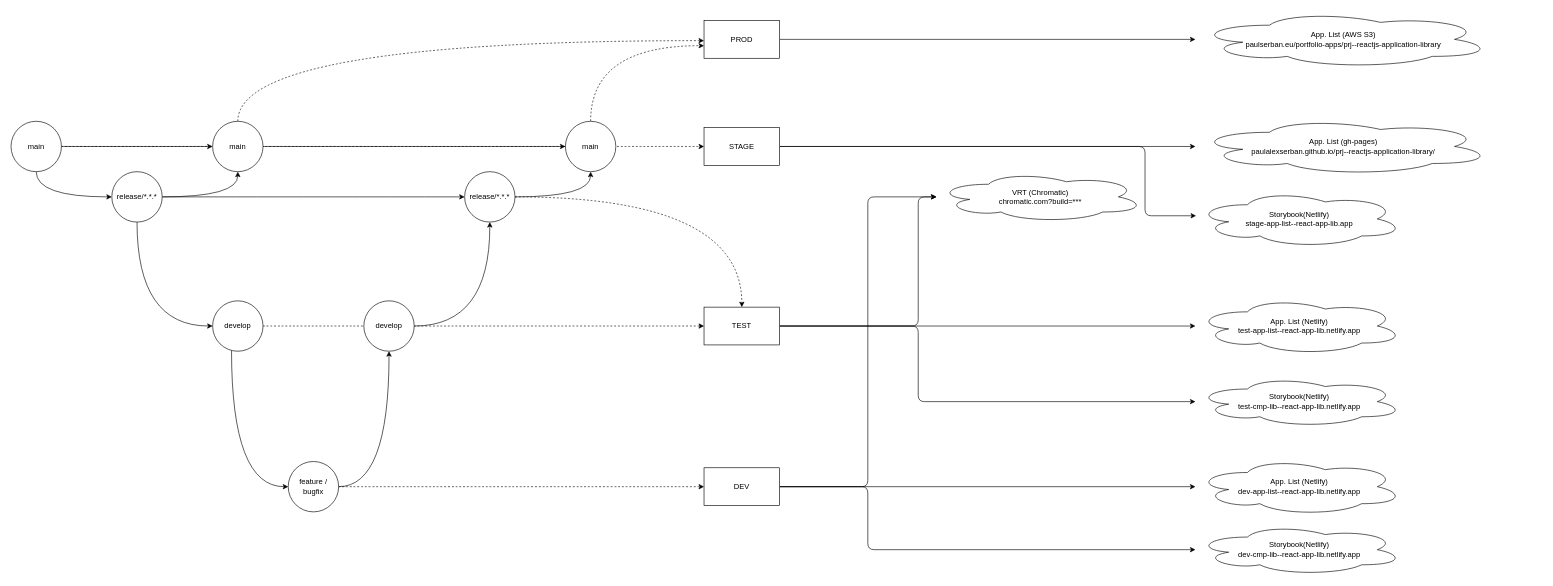
Earlier version of the draw.io diagram wiki/ci-cd.drawio (paulAlexSerban/prj--reactjs-application-library). Source tidied: cells renumbered, new cells numbered last; positions are measured from the earlier drawing's top-left corner, leaving out a move shared by most shapes. Both pictures are drawn from the tidied source at 63%, with x=0, y=0 at pixel (11, 11).
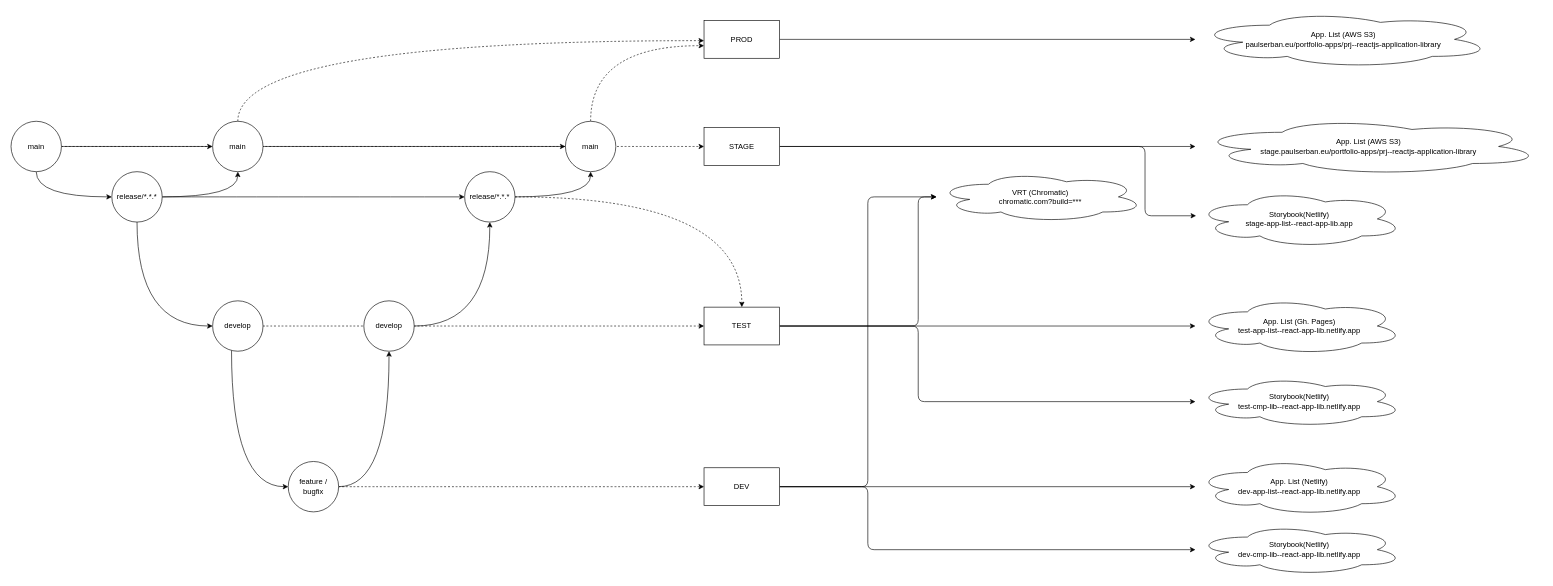
The same page after the edit.

Diff of the diagram source:
```diff
@@
-    <mxCell id="42" value="App. List (Netlify)&lt;br&gt;test-app-list--react-app-lib.netlify.app" style="ellipse;shape=cloud;whiteSpace=wrap;html=1;" parent="1" vertex="1">
+    <mxCell id="42" value="App. List (Gh. Pages)&lt;br&gt;test-app-list--react-app-lib.netlify.app" style="ellipse;shape=cloud;whiteSpace=wrap;html=1;" parent="1" vertex="1">
       <mxGeometry x="1880" y="455" width="330" height="90" as="geometry" />
     </mxCell>
@@
-    <mxCell id="44" value="App. List (gh-pages)&lt;br&gt;paulalexserban.github.io/prj--reactjs-application-library/" style="ellipse;shape=cloud;whiteSpace=wrap;html=1;" parent="1" vertex="1">
-      <mxGeometry x="1880" y="170" width="470" height="90" as="geometry" />
+    <mxCell id="44" value="App. List (AWS S3)&lt;br&gt;stage.paulserban.eu/portfolio-apps/prj--reactjs-application-library" style="ellipse;shape=cloud;whiteSpace=wrap;html=1;" parent="1" vertex="1">
+      <mxGeometry x="1880" y="170" width="550" height="90" as="geometry" />
     </mxCell>
```
